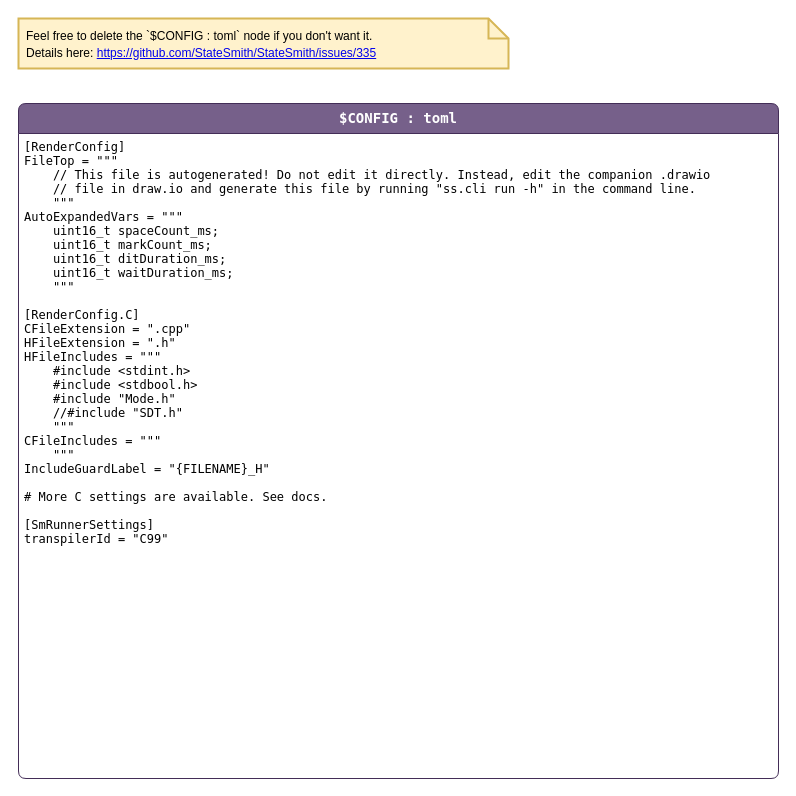
Before: page "config" (2 of 3) of code/src/PhoenixSketch/ModeSm.drawio in KI3P/Phoenix, a draw.io diagram. Source tidied: cells renumbered, new cells numbered last; positions are measured from the earlier drawing's top-left corner, leaving out a move shared by most shapes. Both pictures are drawn from the tidied source at 100%, with x=0, y=0 at pixel (18, 18).
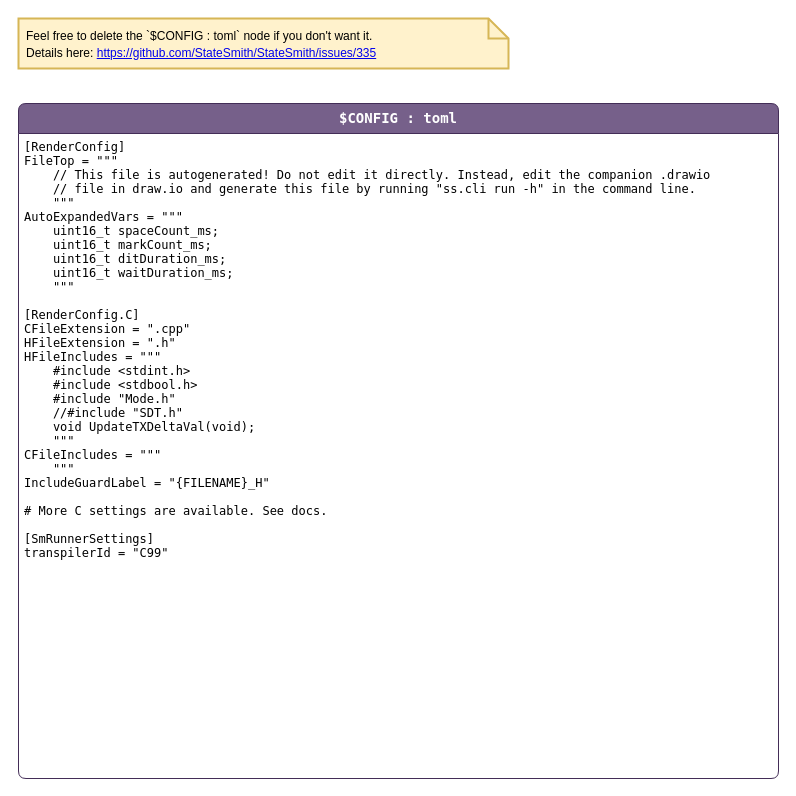
Above is the later version.

The edit, as a diff of the source:
```diff
@@
 <mxGraphModel>
   <root>
     <mxCell id="0" />
     <mxCell id="1" parent="0" />
     <mxCell id="2" value="$CONFIG : toml" style="shape=swimlane;align=center;verticalAlign=top;fontFamily=Lucida Console;startSize=30;fontSize=14;fontStyle=1;swimlaneFillColor=default;rounded=1;arcSize=15;absoluteArcSize=1;fillColor=#76608a;strokeColor=#432D57;fontColor=#ffffff;" parent="1" vertex="1">
       <mxGeometry y="85" width="760" height="675" as="geometry" />
     </mxCell>
-    <mxCell id="3" value="[RenderConfig]&#10;FileTop = &quot;&quot;&quot;&#10;    // This file is autogenerated! Do not edit it directly. Instead, edit the companion .drawio&#10;    // file in draw.io and generate this file by running &quot;ss.cli run -h&quot; in the command line.&#10;    &quot;&quot;&quot;&#10;AutoExpandedVars = &quot;&quot;&quot;&#10;    uint16_t spaceCount_ms;&#10;    uint16_t markCount_ms;&#10;    uint16_t ditDuration_ms;&#10;    uint16_t waitDuration_ms;&#10;    &quot;&quot;&quot;&#10;&#10;[RenderConfig.C]&#10;CFileExtension = &quot;.cpp&quot;&#10;HFileExtension = &quot;.h&quot;&#10;HFileIncludes = &quot;&quot;&quot;&#10;    #include &lt;stdint.h&gt;&#10;    #include &lt;stdbool.h&gt;&#10;    #include &quot;Mode.h&quot;&#10;    //#include &quot;SDT.h&quot;&#10;    &quot;&quot;&quot;&#10;CFileIncludes = &quot;&quot;&quot;&#10;    &quot;&quot;&quot;&#10;IncludeGuardLabel = &quot;{FILENAME}_H&quot;&#10;&#10;# More C settings are available. See docs.&#10;&#10;[SmRunnerSettings]&#10;transpilerId = &quot;C99&quot;" style="fontFamily=Lucida Console;align=left;verticalAlign=top;fillColor=none;gradientColor=none;strokeColor=none;rounded=0;spacingLeft=4;" parent="2" vertex="1">
-      <mxGeometry y="30" width="460" height="430" as="geometry" />
+    <mxCell id="3" value="[RenderConfig]&#10;FileTop = &quot;&quot;&quot;&#10;    // This file is autogenerated! Do not edit it directly. Instead, edit the companion .drawio&#10;    // file in draw.io and generate this file by running &quot;ss.cli run -h&quot; in the command line.&#10;    &quot;&quot;&quot;&#10;AutoExpandedVars = &quot;&quot;&quot;&#10;    uint16_t spaceCount_ms;&#10;    uint16_t markCount_ms;&#10;    uint16_t ditDuration_ms;&#10;    uint16_t waitDuration_ms;&#10;    &quot;&quot;&quot;&#10;&#10;[RenderConfig.C]&#10;CFileExtension = &quot;.cpp&quot;&#10;HFileExtension = &quot;.h&quot;&#10;HFileIncludes = &quot;&quot;&quot;&#10;    #include &lt;stdint.h&gt;&#10;    #include &lt;stdbool.h&gt;&#10;    #include &quot;Mode.h&quot;&#10;    //#include &quot;SDT.h&quot;&#10;    void UpdateTXDeltaVal(void);&#10;    &quot;&quot;&quot;&#10;CFileIncludes = &quot;&quot;&quot;&#10;    &quot;&quot;&quot;&#10;IncludeGuardLabel = &quot;{FILENAME}_H&quot;&#10;&#10;# More C settings are available. See docs.&#10;&#10;[SmRunnerSettings]&#10;transpilerId = &quot;C99&quot;" style="fontFamily=Lucida Console;align=left;verticalAlign=top;fillColor=none;gradientColor=none;strokeColor=none;rounded=0;spacingLeft=4;" parent="2" vertex="1">
+      <mxGeometry y="30" width="460" height="450" as="geometry" />
     </mxCell>
     <mxCell id="4" value="&lt;span style=&quot;color: rgb(0, 0, 0); font-size: 12px;&quot;&gt;Feel free to delete the `$CONFIG : toml` node if you don't want it.&lt;/span&gt;&lt;br style=&quot;color: rgb(0, 0, 0); font-size: 12px;&quot;&gt;&lt;span style=&quot;color: rgb(0, 0, 0); font-size: 12px;&quot;&gt;Details here:&amp;nbsp;&lt;/span&gt;&lt;a style=&quot;font-size: 12px;&quot; href=&quot;https://github.com/StateSmith/StateSmith/issues/335&quot;&gt;https://github.com/StateSmith/StateSmith/issues/335&lt;/a&gt;" style="shape=note;strokeWidth=2;fontSize=14;size=20;whiteSpace=wrap;html=1;fillColor=#fff2cc;strokeColor=#d6b656;fontColor=#2B2B00;align=left;spacingLeft=6;" parent="1" vertex="1">
       <mxGeometry width="490" height="50" as="geometry" />
     </mxCell>
   </root>
 </mxGraphModel>
```
